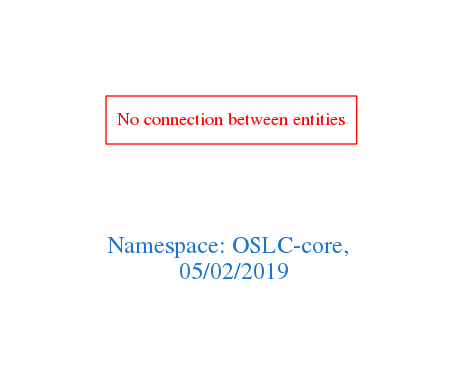
Earlier version of the Graphviz export downloads/OSLC-core.png (arago/OGIT). Its source is kept beside it as downloads/OSLC-core.dot.
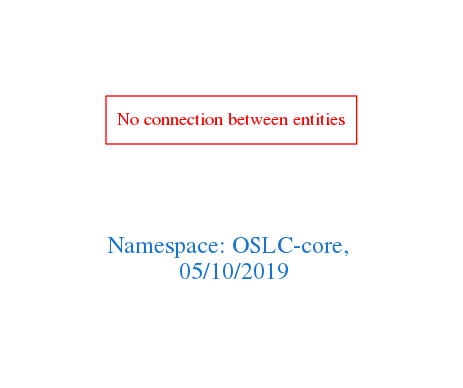
Later version of the same file.

Change to the diagram source:
```diff
@@ -1,7 +1,7 @@
 digraph OGIT_ontology {
  graph [ rankdir= LR,pad=1
 fontsize = 18,
-fontcolor= dodgerblue3,label = "\n\n\nNamespace: OSLC-core, \n 05/02/2019"];
+fontcolor= dodgerblue3,label = "\n\n\nNamespace: OSLC-core, \n 05/10/2019"];
 node[shape=polygon];
 edge [  color="gray81"];
 
```
